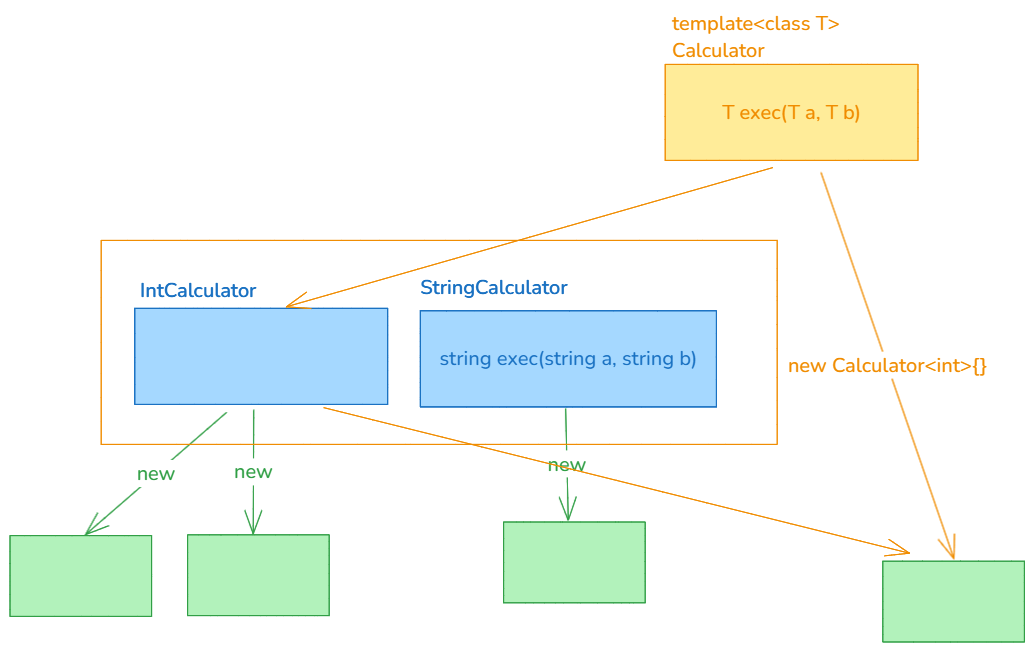
This is img/09_generics.excalidraw.png from silvercodes/p41_dotnet_cs, a Excalidraw export, as it was before one commit. Source tidied: one line per element, renumbered; positions are measured from the earlier drawing's top-left corner, leaving out a move shared by most shapes. Its diagram source:
```json
{"id": 0, "type": "rectangle", "strokeColor": "#1971c2", "backgroundColor": "#a5d8ff", "fillStyle": "solid", "strokeWidth": 1, "roughness": 0, "x": 125, "y": 298, "width": 253, "height": 96}
{"id": 1, "type": "text", "text": "int exec(int a, int b)", "strokeColor": "#1971c2", "backgroundColor": "#a5d8ff", "fillStyle": "solid", "strokeWidth": 1, "roughness": 0, "fontSize": 20, "fontFamily": 6, "textAlign": "center", "verticalAlign": "middle", "inside": 0, "x": 165, "y": 333, "width": 172, "height": 27}
{"id": 2, "type": "rectangle", "strokeColor": "#1971c2", "backgroundColor": "#a5d8ff", "fillStyle": "solid", "strokeWidth": 1, "roughness": 0, "x": 410, "y": 301, "width": 296, "height": 96}
{"id": 3, "type": "text", "text": "string exec(string a, string b)", "strokeColor": "#1971c2", "backgroundColor": "#a5d8ff", "fillStyle": "solid", "strokeWidth": 1, "roughness": 0, "fontSize": 20, "fontFamily": 6, "textAlign": "center", "verticalAlign": "middle", "inside": 2, "x": 430, "y": 335, "width": 258, "height": 27}
{"id": 4, "type": "text", "text": "IntCalculator", "strokeColor": "#1971c2", "backgroundColor": "#a5d8ff", "fillStyle": "solid", "strokeWidth": 1, "roughness": 0, "fontSize": 20, "fontFamily": 6, "x": 130, "y": 267, "width": 116, "height": 27}
{"id": 5, "type": "text", "text": "StringCalculator", "strokeColor": "#1971c2", "backgroundColor": "#a5d8ff", "fillStyle": "solid", "strokeWidth": 1, "roughness": 0, "fontSize": 20, "fontFamily": 6, "x": 410, "y": 264, "width": 147, "height": 27}
{"id": 6, "type": "rectangle", "strokeColor": "#2f9e44", "backgroundColor": "#b2f2bb", "fillStyle": "solid", "strokeWidth": 1, "roughness": 0, "x": 178, "y": 525, "width": 142, "height": 81}
{"id": 7, "type": "rectangle", "strokeColor": "#2f9e44", "backgroundColor": "#b2f2bb", "fillStyle": "solid", "strokeWidth": 1, "roughness": 0, "x": 494, "y": 512, "width": 142, "height": 81}
{"id": 8, "type": "arrow", "strokeColor": "#2f9e44", "backgroundColor": "#b2f2bb", "fillStyle": "solid", "strokeWidth": 1, "roughness": 0, "endArrowhead": "arrow", "round": true, "from": 0, "to": 6, "x": 244, "y": 400, "width": 1, "height": 124, "points": [[0, 0], [-1, 124]]}
{"id": 9, "type": "text", "text": "new", "strokeColor": "#2f9e44", "backgroundColor": "#b2f2bb", "fillStyle": "solid", "strokeWidth": 1, "roughness": 0, "fontSize": 20, "fontFamily": 6, "textAlign": "center", "verticalAlign": "middle", "inside": 8, "x": 223, "y": 448, "width": 39, "height": 27}
{"id": 10, "type": "arrow", "strokeColor": "#2f9e44", "backgroundColor": "#b2f2bb", "fillStyle": "solid", "strokeWidth": 1, "roughness": 0, "endArrowhead": "arrow", "round": true, "from": 2, "to": 7, "x": 556, "y": 398, "width": 3, "height": 112, "points": [[0, 0], [3, 112]]}
{"id": 11, "type": "text", "text": "new", "strokeColor": "#2f9e44", "backgroundColor": "#b2f2bb", "fillStyle": "solid", "strokeWidth": 1, "roughness": 0, "fontSize": 20, "fontFamily": 6, "textAlign": "center", "verticalAlign": "middle", "inside": 10, "x": 537, "y": 445, "width": 39, "height": 27}
{"id": 12, "type": "rectangle", "strokeColor": "#2f9e44", "backgroundColor": "#b2f2bb", "fillStyle": "solid", "strokeWidth": 1, "roughness": 0, "x": 0, "y": 526, "width": 142, "height": 81}
{"id": 13, "type": "arrow", "strokeColor": "#2f9e44", "backgroundColor": "#b2f2bb", "fillStyle": "solid", "strokeWidth": 1, "roughness": 0, "endArrowhead": "arrow", "round": true, "from": 0, "to": 12, "x": 217, "y": 402, "width": 141, "height": 122, "points": [[0, 0], [-141, 122]]}
{"id": 14, "type": "text", "text": "new", "strokeColor": "#2f9e44", "backgroundColor": "#b2f2bb", "fillStyle": "solid", "strokeWidth": 1, "roughness": 0, "fontSize": 20, "fontFamily": 6, "textAlign": "center", "verticalAlign": "middle", "inside": 13, "x": 126, "y": 450, "width": 39, "height": 27}
{"id": 15, "type": "rectangle", "strokeColor": "#f08c00", "backgroundColor": "#ffec99", "fillStyle": "solid", "strokeWidth": 1, "roughness": 0, "x": 655, "y": 54, "width": 253, "height": 96}
{"id": 16, "type": "text", "text": "T exec(T a, T b)", "strokeColor": "#f08c00", "backgroundColor": "#a5d8ff", "fillStyle": "solid", "strokeWidth": 1, "roughness": 0, "fontSize": 20, "fontFamily": 6, "textAlign": "center", "verticalAlign": "middle", "inside": 15, "x": 712, "y": 89, "width": 139, "height": 27}
{"id": 17, "type": "text", "text": "template<class T>\nCalculator", "strokeColor": "#f08c00", "backgroundColor": "#ffec99", "fillStyle": "solid", "strokeWidth": 1, "roughness": 0, "fontSize": 20, "fontFamily": 6, "x": 662, "y": 0, "width": 168, "height": 54}
{"id": 18, "type": "rectangle", "strokeColor": "#f08c00", "strokeWidth": 1, "roughness": 0, "x": 91, "y": 230, "width": 676, "height": 204}
{"id": 19, "type": "arrow", "strokeColor": "#f08c00", "strokeWidth": 1, "roughness": 0, "endArrowhead": "arrow", "round": true, "from": 15, "to": 21, "x": 811, "y": 162, "width": 133, "height": 386, "points": [[0, 0], [133, 386]]}
{"id": 20, "type": "text", "text": "new Calculator<int>{}", "strokeColor": "#f08c00", "strokeWidth": 1, "roughness": 0, "fontSize": 20, "fontFamily": 6, "textAlign": "center", "verticalAlign": "middle", "inside": 19, "x": 783, "y": 384, "width": 199, "height": 27}
{"id": 21, "type": "rectangle", "strokeColor": "#2f9e44", "backgroundColor": "#b2f2bb", "fillStyle": "solid", "strokeWidth": 1, "roughness": 0, "x": 873, "y": 551, "width": 142, "height": 81}
{"id": 22, "type": "arrow", "strokeColor": "#f08c00", "strokeWidth": 1, "roughness": 0, "endArrowhead": "arrow", "round": true, "from": 15, "to": 0, "x": 763, "y": 158, "width": 486, "height": 139, "points": [[0, 0], [-486, 139]]}
{"id": 23, "type": "arrow", "strokeColor": "#f08c00", "strokeWidth": 1, "roughness": 0, "endArrowhead": "arrow", "round": true, "from": 0, "to": 21, "x": 314, "y": 398, "width": 586, "height": 146, "points": [[0, 0], [586, 146]]}
```
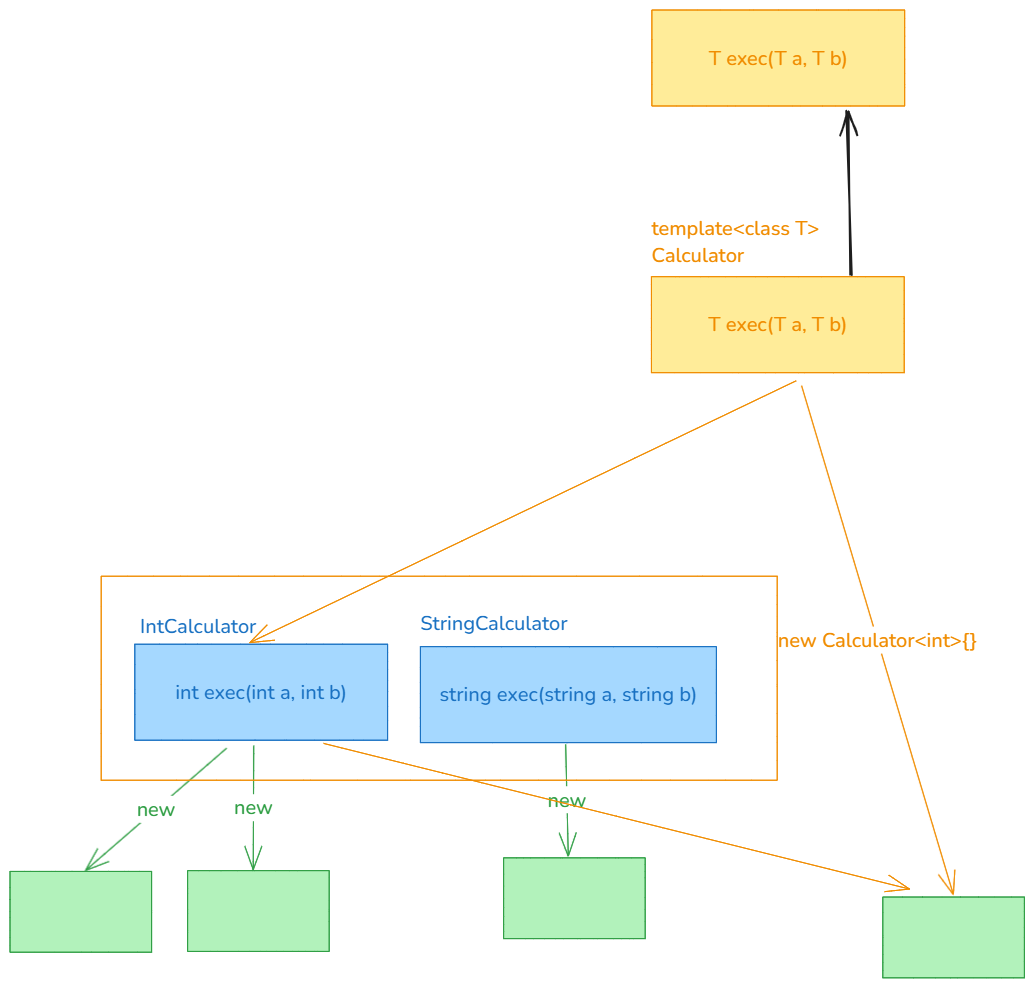
The same diagram one commit later.

Change to the diagram source:
```diff
@@ -13,12 +13,12 @@
 {"id": 12, "type": "rectangle", "strokeColor": "#2f9e44", "backgroundColor": "#b2f2bb", "fillStyle": "solid", "strokeWidth": 1, "roughness": 0, "x": 0, "y": 526, "width": 142, "height": 81}
 {"id": 13, "type": "arrow", "strokeColor": "#2f9e44", "backgroundColor": "#b2f2bb", "fillStyle": "solid", "strokeWidth": 1, "roughness": 0, "endArrowhead": "arrow", "round": true, "from": 0, "to": 12, "x": 217, "y": 402, "width": 141, "height": 122, "points": [[0, 0], [-141, 122]]}
 {"id": 14, "type": "text", "text": "new", "strokeColor": "#2f9e44", "backgroundColor": "#b2f2bb", "fillStyle": "solid", "strokeWidth": 1, "roughness": 0, "fontSize": 20, "fontFamily": 6, "textAlign": "center", "verticalAlign": "middle", "inside": 13, "x": 126, "y": 450, "width": 39, "height": 27}
-{"id": 15, "type": "rectangle", "strokeColor": "#f08c00", "backgroundColor": "#ffec99", "fillStyle": "solid", "strokeWidth": 1, "roughness": 0, "x": 655, "y": 54, "width": 253, "height": 96}
+{"id": 24, "type": "rectangle", "strokeColor": "#f08c00", "backgroundColor": "#ffec99", "fillStyle": "solid", "strokeWidth": 1, "roughness": 0, "x": 641, "y": -69, "width": 253, "height": 96}
-{"id": 16, "type": "text", "text": "T exec(T a, T b)", "strokeColor": "#f08c00", "backgroundColor": "#a5d8ff", "fillStyle": "solid", "strokeWidth": 1, "roughness": 0, "fontSize": 20, "fontFamily": 6, "textAlign": "center", "verticalAlign": "middle", "inside": 15, "x": 712, "y": 89, "width": 139, "height": 27}
+{"id": 16, "type": "text", "text": "T exec(T a, T b)", "strokeColor": "#f08c00", "backgroundColor": "#a5d8ff", "fillStyle": "solid", "strokeWidth": 1, "roughness": 0, "fontSize": 20, "fontFamily": 6, "textAlign": "center", "verticalAlign": "middle", "inside": 24, "x": 698, "y": -35, "width": 139, "height": 27}
-{"id": 17, "type": "text", "text": "template<class T>\nCalculator", "strokeColor": "#f08c00", "backgroundColor": "#ffec99", "fillStyle": "solid", "strokeWidth": 1, "roughness": 0, "fontSize": 20, "fontFamily": 6, "x": 662, "y": 0, "width": 168, "height": 54}
+{"id": 17, "type": "text", "text": "template<class T>\nCalculator", "strokeColor": "#f08c00", "backgroundColor": "#ffec99", "fillStyle": "solid", "strokeWidth": 1, "roughness": 0, "fontSize": 20, "fontFamily": 6, "x": 642, "y": -131, "width": 168, "height": 54}
 {"id": 18, "type": "rectangle", "strokeColor": "#f08c00", "strokeWidth": 1, "roughness": 0, "x": 91, "y": 230, "width": 676, "height": 204}
-{"id": 19, "type": "arrow", "strokeColor": "#f08c00", "strokeWidth": 1, "roughness": 0, "endArrowhead": "arrow", "round": true, "from": 15, "to": 21, "x": 811, "y": 162, "width": 133, "height": 386, "points": [[0, 0], [133, 386]]}
+{"id": 19, "type": "arrow", "strokeColor": "#f08c00", "strokeWidth": 1, "roughness": 0, "endArrowhead": "arrow", "round": true, "from": 24, "to": 21, "x": 792, "y": 40, "width": 152, "height": 509, "points": [[0, 0], [152, 509]]}
 {"id": 20, "type": "text", "text": "new Calculator<int>{}", "strokeColor": "#f08c00", "strokeWidth": 1, "roughness": 0, "fontSize": 20, "fontFamily": 6, "textAlign": "center", "verticalAlign": "middle", "inside": 19, "x": 783, "y": 384, "width": 199, "height": 27}
 {"id": 21, "type": "rectangle", "strokeColor": "#2f9e44", "backgroundColor": "#b2f2bb", "fillStyle": "solid", "strokeWidth": 1, "roughness": 0, "x": 873, "y": 551, "width": 142, "height": 81}
-{"id": 22, "type": "arrow", "strokeColor": "#f08c00", "strokeWidth": 1, "roughness": 0, "endArrowhead": "arrow", "round": true, "from": 15, "to": 0, "x": 763, "y": 158, "width": 486, "height": 139, "points": [[0, 0], [-486, 139]]}
+{"id": 22, "type": "arrow", "strokeColor": "#f08c00", "strokeWidth": 1, "roughness": 0, "endArrowhead": "arrow", "round": true, "from": 24, "to": 0, "x": 786, "y": 35, "width": 546, "height": 262, "points": [[0, 0], [-546, 262]]}
 {"id": 23, "type": "arrow", "strokeColor": "#f08c00", "strokeWidth": 1, "roughness": 0, "endArrowhead": "arrow", "round": true, "from": 0, "to": 21, "x": 314, "y": 398, "width": 586, "height": 146, "points": [[0, 0], [586, 146]]}
```
